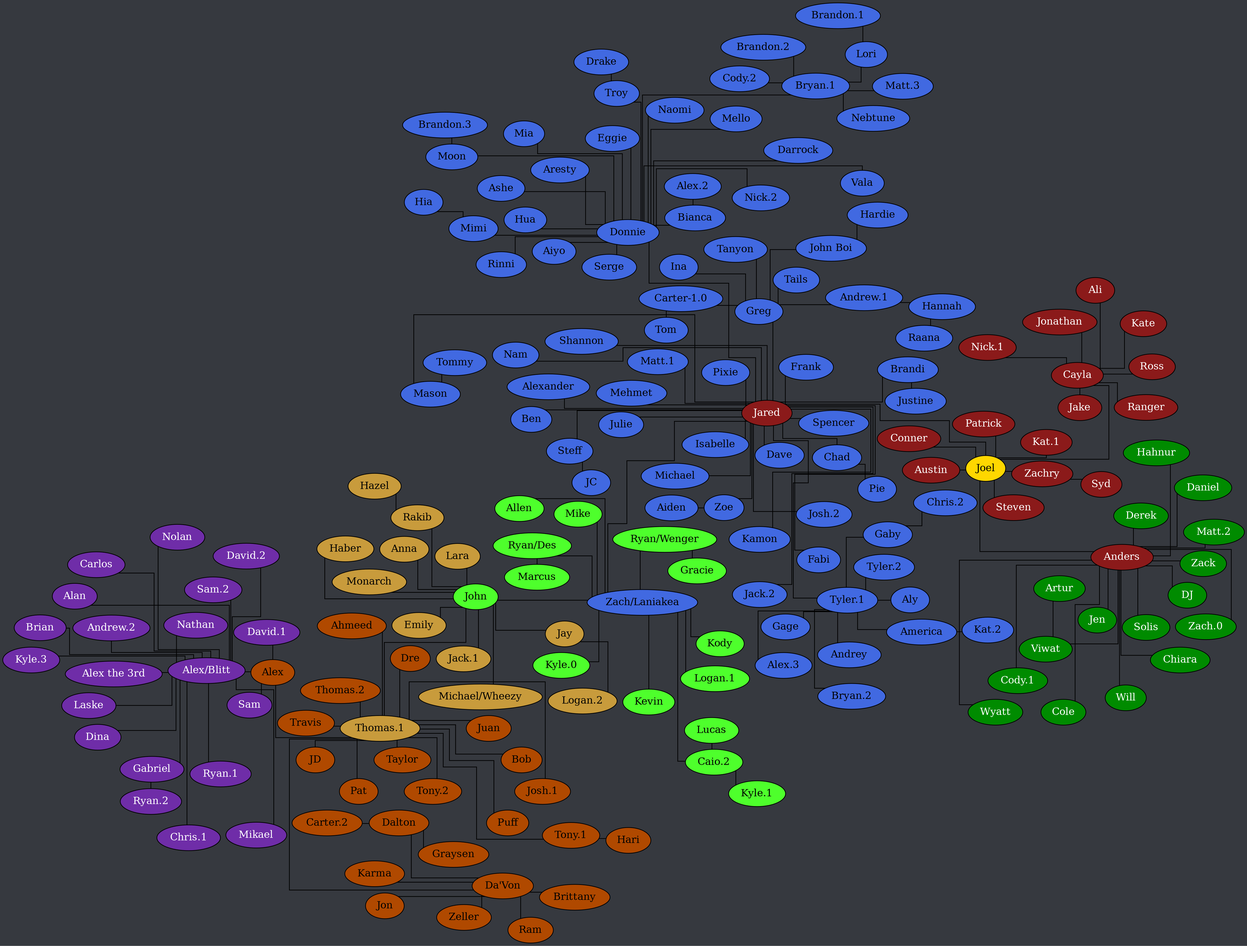
Above: tree.png in Documidas/CoronaCatzFamilyTree (Graphviz), before the change. Its source is kept beside it as tree.dot.
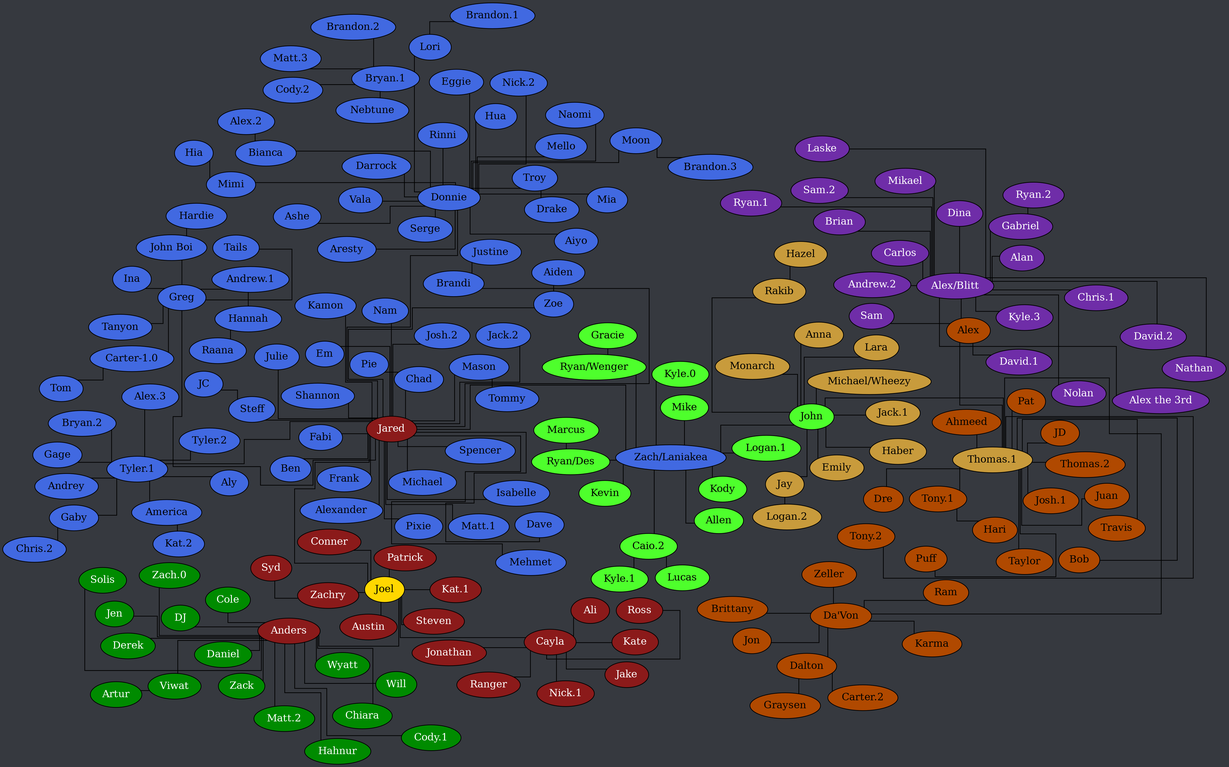
After the commit.

Diff of the diagram source:
```diff
@@ -102,6 +102,7 @@
 		Jared -- Chad;
 		Jared -- Dave;
 		Jared -- Donnie;
+		Jared -- Em;
 		Jared -- Fabi;
 		Jared -- Frank;
 		Jared -- Greg;
```
